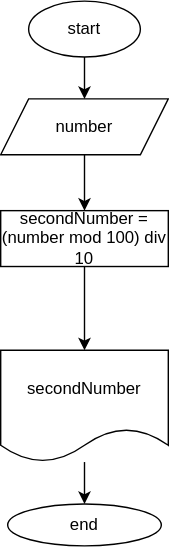
retedominus/TourC keeps this draw.io diagram as TourC#/ex010/ex010.drawio.svg. Above is the earlier version. Source tidied: cells renumbered, new cells last; positions are measured from the earlier drawing's top-left corner, leaving out a move shared by most shapes.
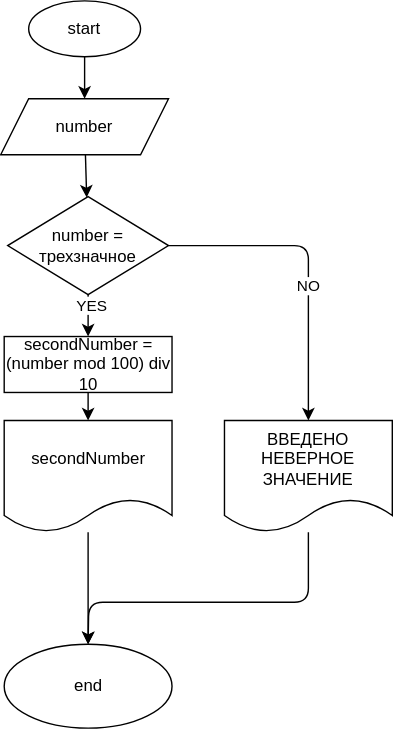
After the commit.

The edit, as a diff of the source:
```diff
@@ -8,9 +8,9 @@
     <mxCell id="3" value="start" style="ellipse;whiteSpace=wrap;html=1;" parent="1" vertex="1">
       <mxGeometry x="20" width="80" height="40" as="geometry" />
     </mxCell>
-    <mxCell id="4" style="edgeStyle=none;html=1;fontFamily=Verdana;" parent="1" edge="1" source="5" target="7">
-      <mxGeometry relative="1" as="geometry" />
-    </mxCell>
+    <mxCell id="11" style="edgeStyle=none;html=1;" parent="1" edge="1" source="5" target="16">
+      <mxGeometry relative="1" as="geometry" />
+    </mxCell>
     <mxCell id="5" value="number" style="shape=parallelogram;perimeter=parallelogramPerimeter;whiteSpace=wrap;html=1;fixedSize=1;" parent="1" vertex="1">
       <mxGeometry y="70" width="120" height="40" as="geometry" />
     </mxCell>
@@ -18,16 +18,46 @@
       <mxGeometry relative="1" as="geometry" />
     </mxCell>
     <mxCell id="7" value="secondNumber = (number mod 100) div 10" style="whiteSpace=wrap;html=1;" parent="1" vertex="1">
-      <mxGeometry y="150" width="120" height="40" as="geometry" />
+      <mxGeometry x="2.5" y="240" width="120" height="40" as="geometry" />
     </mxCell>
-    <mxCell id="8" style="edgeStyle=none;html=1;fontFamily=Verdana;" parent="1" edge="1" source="9" target="10">
+    <mxCell id="8" style="edgeStyle=none;html=1;" parent="1" edge="1" source="9" target="10">
       <mxGeometry relative="1" as="geometry" />
     </mxCell>
     <mxCell id="9" value="secondNumber" style="shape=document;whiteSpace=wrap;html=1;boundedLbl=1;" parent="1" vertex="1">
-      <mxGeometry y="250" width="120" height="80" as="geometry" />
+      <mxGeometry x="2.5" y="300" width="120" height="80" as="geometry" />
     </mxCell>
+    <mxCell id="12" style="edgeStyle=none;html=1;" parent="1" edge="1" source="16" target="18">
+      <mxGeometry relative="1" as="geometry">
+        <Array as="points">
+          <mxPoint x="220" y="175" />
+        </Array>
+      </mxGeometry>
+    </mxCell>
+    <mxCell id="13" value="NO" style="edgeLabel;html=1;align=center;verticalAlign=middle;" parent="12" vertex="1">
+      <mxGeometry x="0.14" y="-1" relative="1" as="geometry" />
+    </mxCell>
+    <mxCell id="14" style="edgeStyle=none;html=1;exitX=0.5;exitY=1;exitDx=0;exitDy=0;entryX=0.5;entryY=0;entryDx=0;entryDy=0;" parent="1" edge="1" source="16" target="7">
+      <mxGeometry relative="1" as="geometry" />
+    </mxCell>
+    <mxCell id="15" value="YES" style="edgeLabel;html=1;align=center;verticalAlign=middle;" parent="14" vertex="1">
+      <mxGeometry x="-0.57" y="2" relative="1" as="geometry" />
+    </mxCell>
+    <mxCell id="16" value="number = трехзначное" style="rhombus;whiteSpace=wrap;html=1;" parent="1" vertex="1">
+      <mxGeometry x="5" y="140" width="115" height="70" as="geometry" />
+    </mxCell>
+    <mxCell id="17" style="edgeStyle=none;html=1;entryX=0.5;entryY=0;entryDx=0;entryDy=0;" parent="1" edge="1" source="18" target="10">
+      <mxGeometry relative="1" as="geometry">
+        <Array as="points">
+          <mxPoint x="220" y="430" />
+          <mxPoint x="63" y="430" />
+        </Array>
+      </mxGeometry>
+    </mxCell>
+    <mxCell id="18" value="ВВЕДЕНО НЕВЕРНОЕ ЗНАЧЕНИЕ" style="shape=document;whiteSpace=wrap;html=1;boundedLbl=1;" parent="1" vertex="1">
+      <mxGeometry x="160" y="300" width="120" height="80" as="geometry" />
+    </mxCell>
     <mxCell id="10" value="end" style="ellipse;whiteSpace=wrap;html=1;" parent="1" vertex="1">
-      <mxGeometry x="5" y="360" width="110" height="30" as="geometry" />
+      <mxGeometry x="2.5" y="460" width="120" height="60" as="geometry" />
     </mxCell>
   </root>
 </mxGraphModel>
```
